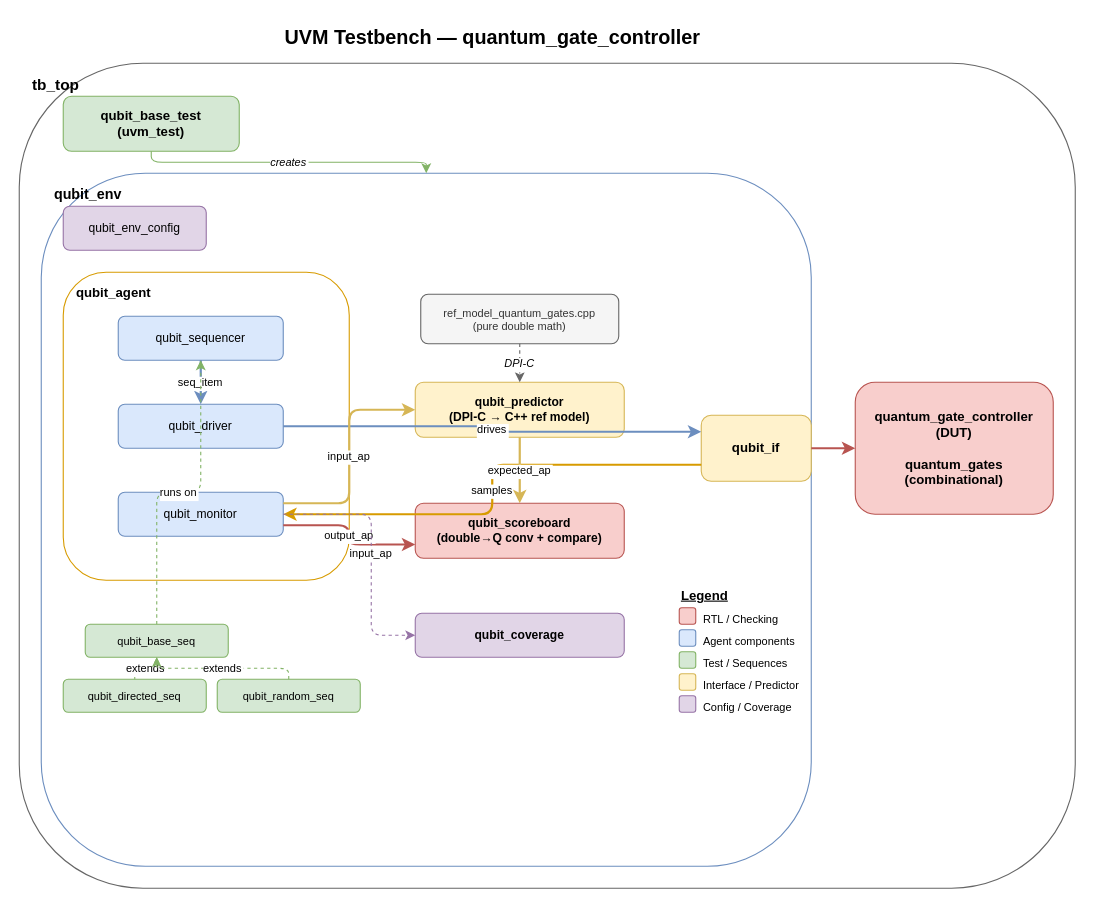
Earlier version of the draw.io diagram one_qubit/tb/uvm/uvm_architecture.drawio (XinlueLiu/quantum_fpga_uvm). Source tidied: cells renumbered, new cells numbered last; positions are measured from the earlier drawing's top-left corner, leaving out a move shared by most shapes. Both pictures are drawn from the tidied source at 110%, with x=0, y=0 at pixel (19, 19).
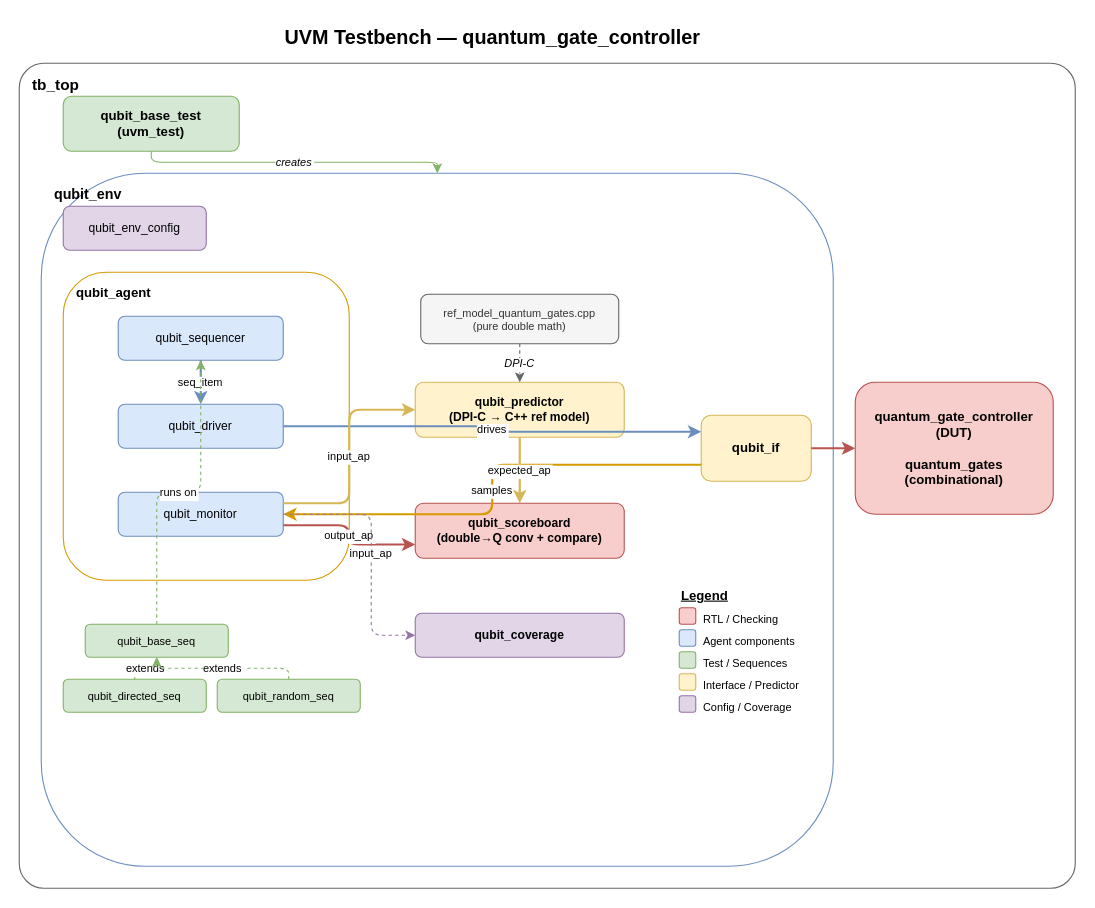
The same page after the edit.

Change to the diagram source:
```diff
@@
-    <mxCell id="3" value="tb_top" style="rounded=1;whiteSpace=wrap;fillColor=none;strokeColor=#666666;fontSize=14;fontStyle=1;verticalAlign=top;align=left;spacingLeft=10;spacingTop=5;" parent="1" vertex="1">
+    <mxCell id="3" value="tb_top" style="rounded=1;whiteSpace=wrap;fillColor=none;strokeColor=#666666;fontSize=14;fontStyle=1;verticalAlign=top;align=left;spacingLeft=10;spacingTop=5;arcSize=3;" parent="1" vertex="1">
       <mxGeometry y="40" width="960" height="750" as="geometry" />
     </mxCell>
@@
     <mxCell id="5" value="qubit_env" style="rounded=1;whiteSpace=wrap;fillColor=none;strokeColor=#6c8ebf;fontSize=13;fontStyle=1;verticalAlign=top;align=left;spacingLeft=10;spacingTop=5;" parent="1" vertex="1">
-      <mxGeometry x="20" y="140" width="700" height="630" as="geometry" />
+      <mxGeometry x="20" y="140" width="720" height="630" as="geometry" />
     </mxCell>
```
